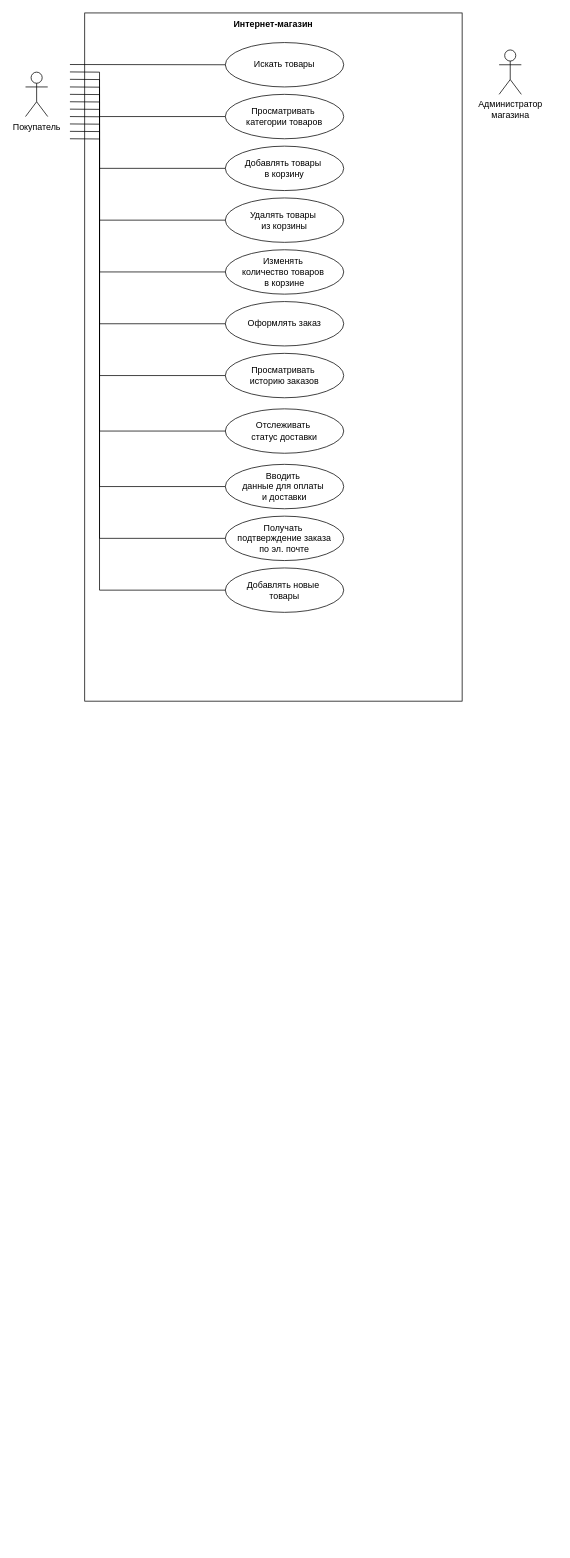
Before: Диаграмма без названия2.drawio in dubnart/netology, a draw.io diagram. Source tidied: cells renumbered, new cells numbered last; positions are measured from the earlier drawing's top-left corner, leaving out a move shared by most shapes. Both pictures are drawn from the tidied source at 74%, with x=0, y=0 at pixel (25, 13).
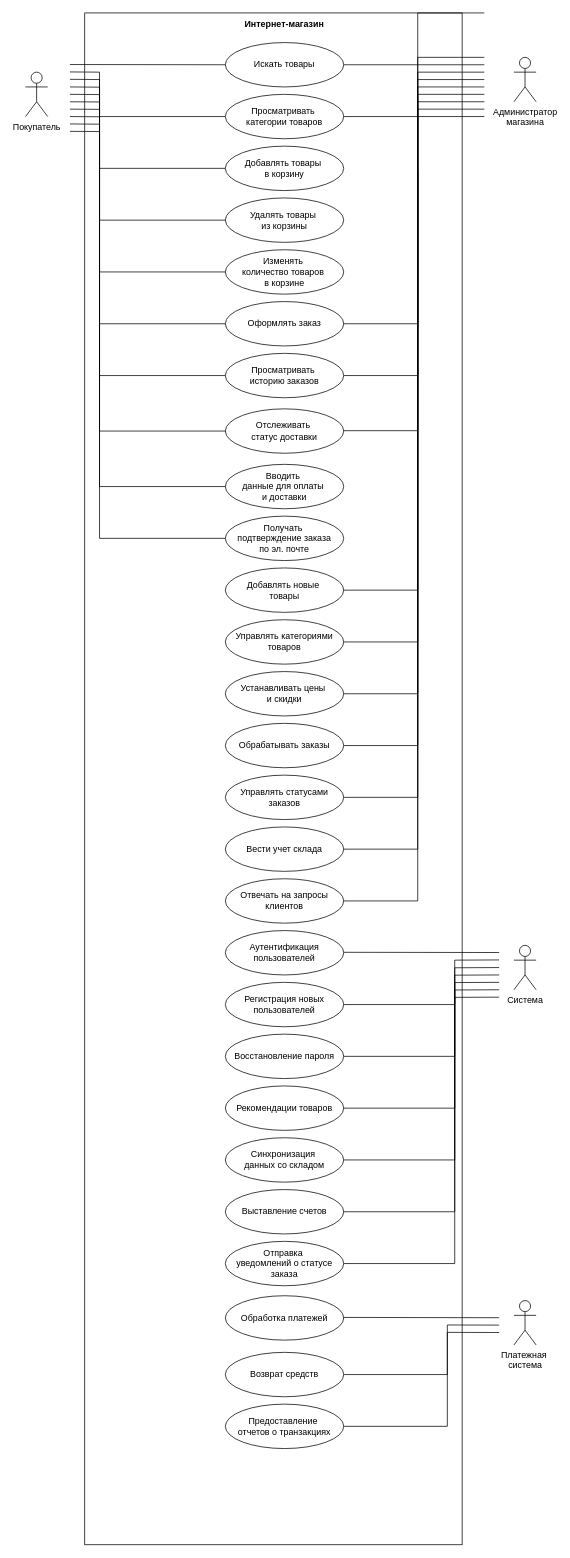
The same page after the edit.

The change refers to these unchanged cells:
```xml
<mxCell id="5" value="Просматривать&amp;nbsp;&lt;div&gt;категории товаров&lt;/div&gt;" style="ellipse;whiteSpace=wrap;html=1;" parent="1" vertex="1">
  <mxGeometry x="270" y="110" width="160" height="60" as="geometry" />
</mxCell>
<mxCell id="15" value="Добавлять новые&amp;nbsp;&lt;div&gt;товары&lt;/div&gt;" style="ellipse;whiteSpace=wrap;html=1;" parent="1" vertex="1">
  <mxGeometry x="270" y="750" width="160" height="60" as="geometry" />
</mxCell>
```

Change to the diagram source:
```diff
@@
     <mxCell id="2" style="rounded=0;whiteSpace=wrap;html=1;" parent="1" vertex="1">
-      <mxGeometry x="80" width="510" height="930" as="geometry" />
+      <mxGeometry x="80" width="510" height="2070" as="geometry" />
     </mxCell>
@@
     <mxCell id="4" value="Интернет-магазин" style="text;html=1;align=center;verticalAlign=middle;whiteSpace=wrap;rounded=0;fontStyle=1;" parent="1" vertex="1">
-      <mxGeometry x="255" width="160" height="30" as="geometry" />
+      <mxGeometry x="270" width="160" height="30" as="geometry" />
     </mxCell>
@@
     <mxCell id="16" value="Администратор&lt;div&gt;магазина&lt;/div&gt;" style="shape=umlActor;verticalLabelPosition=bottom;verticalAlign=top;html=1;" parent="1" vertex="1">
-      <mxGeometry x="640" y="50" width="30" height="60" as="geometry" />
+      <mxGeometry x="660" y="60" width="30" height="60" as="geometry" />
     </mxCell>
@@
-    <mxCell id="27" style="endArrow=none;html=1;rounded=0;entryX=0;entryY=0.5;entryDx=0;entryDy=0;" parent="1" edge="1" target="15">
-      <mxGeometry relative="1" as="geometry">
-        <mxPoint x="60" y="170" as="sourcePoint" />
-        <Array as="points">
-          <mxPoint x="100" y="170.3" />
-          <mxPoint x="100" y="780" />
-        </Array>
-      </mxGeometry>
-    </mxCell>
+    <mxCell id="28" value="Управлять категориями товаров" style="ellipse;whiteSpace=wrap;html=1;" parent="1" vertex="1">
+      <mxGeometry x="270" y="820" width="160" height="60" as="geometry" />
+    </mxCell>
+    <mxCell id="29" value="Устанавливать цены&amp;nbsp;&lt;div&gt;и скидки&lt;/div&gt;" style="ellipse;whiteSpace=wrap;html=1;" parent="1" vertex="1">
+      <mxGeometry x="270" y="890" width="160" height="60" as="geometry" />
+    </mxCell>
+    <mxCell id="30" value="Обрабатывать заказы" style="ellipse;whiteSpace=wrap;html=1;" parent="1" vertex="1">
+      <mxGeometry x="270" y="960" width="160" height="60" as="geometry" />
+    </mxCell>
+    <mxCell id="31" value="Управлять статусами заказов" style="ellipse;whiteSpace=wrap;html=1;" parent="1" vertex="1">
+      <mxGeometry x="270" y="1030" width="160" height="60" as="geometry" />
+    </mxCell>
+    <mxCell id="32" value="Вести учет склада" style="ellipse;whiteSpace=wrap;html=1;" parent="1" vertex="1">
+      <mxGeometry x="270" y="1100" width="160" height="60" as="geometry" />
+    </mxCell>
+    <mxCell id="33" value="Отвечать на запросы клиентов" style="ellipse;whiteSpace=wrap;html=1;" parent="1" vertex="1">
+      <mxGeometry x="270" y="1170" width="160" height="60" as="geometry" />
+    </mxCell>
+    <mxCell id="34" style="endArrow=none;html=1;rounded=0;exitX=1;exitY=0.5;exitDx=0;exitDy=0;" parent="1" edge="1" source="28">
+      <mxGeometry relative="1" as="geometry">
+        <mxPoint x="620" y="70" as="targetPoint" />
+        <Array as="points">
+          <mxPoint x="530" y="850" />
+          <mxPoint x="530" y="70" />
+        </Array>
+      </mxGeometry>
+    </mxCell>
+    <mxCell id="35" style="endArrow=none;html=1;rounded=0;exitX=1;exitY=0.5;exitDx=0;exitDy=0;" parent="1" edge="1" source="29">
+      <mxGeometry relative="1" as="geometry">
+        <mxPoint x="620" y="80" as="targetPoint" />
+        <Array as="points">
+          <mxPoint x="530" y="920" />
+          <mxPoint x="530" y="80" />
+        </Array>
+      </mxGeometry>
+    </mxCell>
+    <mxCell id="36" style="endArrow=none;html=1;rounded=0;exitX=1;exitY=0.5;exitDx=0;exitDy=0;" parent="1" edge="1" source="30">
+      <mxGeometry relative="1" as="geometry">
+        <mxPoint x="620" y="90" as="targetPoint" />
+        <Array as="points">
+          <mxPoint x="530" y="990" />
+          <mxPoint x="530" y="90" />
+        </Array>
+      </mxGeometry>
+    </mxCell>
+    <mxCell id="37" style="endArrow=none;html=1;rounded=0;exitX=1;exitY=0.5;exitDx=0;exitDy=0;" parent="1" edge="1" source="31">
+      <mxGeometry relative="1" as="geometry">
+        <mxPoint x="620" y="100" as="targetPoint" />
+        <Array as="points">
+          <mxPoint x="530" y="1060" />
+          <mxPoint x="530" y="100" />
+        </Array>
+      </mxGeometry>
+    </mxCell>
+    <mxCell id="38" style="endArrow=none;html=1;rounded=0;exitX=1;exitY=0.5;exitDx=0;exitDy=0;" parent="1" edge="1" source="32">
+      <mxGeometry relative="1" as="geometry">
+        <mxPoint x="620" y="110" as="targetPoint" />
+        <Array as="points">
+          <mxPoint x="530" y="1130" />
+          <mxPoint x="530" y="110" />
+        </Array>
+      </mxGeometry>
+    </mxCell>
+    <mxCell id="39" style="endArrow=none;html=1;rounded=0;exitX=1;exitY=0.5;exitDx=0;exitDy=0;" parent="1" edge="1" source="33">
+      <mxGeometry relative="1" as="geometry">
+        <mxPoint x="620" y="120" as="targetPoint" />
+        <Array as="points">
+          <mxPoint x="530" y="1200" />
+          <mxPoint x="530" y="120" />
+        </Array>
+      </mxGeometry>
+    </mxCell>
+    <mxCell id="40" value="Система" style="shape=umlActor;verticalLabelPosition=bottom;verticalAlign=top;html=1;" parent="1" vertex="1">
+      <mxGeometry x="660" y="1260" width="30" height="60" as="geometry" />
+    </mxCell>
+    <mxCell id="41" value="Аутентификация пользователей" style="ellipse;whiteSpace=wrap;html=1;" parent="1" vertex="1">
+      <mxGeometry x="270" y="1240" width="160" height="60" as="geometry" />
+    </mxCell>
+    <mxCell id="42" value="Регистрация новых пользователей" style="ellipse;whiteSpace=wrap;html=1;" parent="1" vertex="1">
+      <mxGeometry x="270" y="1310" width="160" height="60" as="geometry" />
+    </mxCell>
+    <mxCell id="43" value="Восстановление пароля" style="ellipse;whiteSpace=wrap;html=1;" parent="1" vertex="1">
+      <mxGeometry x="270" y="1380" width="160" height="60" as="geometry" />
+    </mxCell>
+    <mxCell id="44" value="Рекомендации товаров" style="ellipse;whiteSpace=wrap;html=1;" parent="1" vertex="1">
+      <mxGeometry x="270" y="1450" width="160" height="60" as="geometry" />
+    </mxCell>
+    <mxCell id="45" value="Синхронизация&amp;nbsp;&lt;div&gt;данных &lt;span style=&quot;background-color: initial;&quot;&gt;со складом&lt;/span&gt;&lt;/div&gt;" style="ellipse;whiteSpace=wrap;html=1;" parent="1" vertex="1">
+      <mxGeometry x="270" y="1520" width="160" height="60" as="geometry" />
+    </mxCell>
+    <mxCell id="46" value="Выставление счетов" style="ellipse;whiteSpace=wrap;html=1;" parent="1" vertex="1">
+      <mxGeometry x="270" y="1590" width="160" height="60" as="geometry" />
+    </mxCell>
+    <mxCell id="47" value="Отправка&amp;nbsp;&lt;div&gt;уведомлений о статусе заказа&lt;/div&gt;" style="ellipse;whiteSpace=wrap;html=1;" parent="1" vertex="1">
+      <mxGeometry x="270" y="1660" width="160" height="60" as="geometry" />
+    </mxCell>
+    <mxCell id="48" style="endArrow=none;html=1;rounded=0;entryX=0;entryY=0.5;entryDx=0;entryDy=0;" parent="1" edge="1">
+      <mxGeometry relative="1" as="geometry">
+        <mxPoint x="430" y="1269.4" as="sourcePoint" />
+        <mxPoint x="640" y="1269.7" as="targetPoint" />
+      </mxGeometry>
+    </mxCell>
+    <mxCell id="49" style="endArrow=none;html=1;rounded=0;entryX=0;entryY=0.5;entryDx=0;entryDy=0;exitX=1;exitY=0.5;exitDx=0;exitDy=0;" parent="1" edge="1" source="42">
+      <mxGeometry relative="1" as="geometry">
+        <mxPoint x="640" y="1279.7" as="targetPoint" />
+        <Array as="points">
+          <mxPoint x="580" y="1340" />
+          <mxPoint x="580" y="1280" />
+        </Array>
+      </mxGeometry>
+    </mxCell>
+    <mxCell id="50" style="endArrow=none;html=1;rounded=0;entryX=0;entryY=0.5;entryDx=0;entryDy=0;exitX=1;exitY=0.5;exitDx=0;exitDy=0;" parent="1" edge="1" source="43">
+      <mxGeometry relative="1" as="geometry">
+        <mxPoint x="640" y="1290" as="targetPoint" />
+        <Array as="points">
+          <mxPoint x="580" y="1410" />
+          <mxPoint x="580" y="1290.3" />
+        </Array>
+      </mxGeometry>
+    </mxCell>
+    <mxCell id="51" style="endArrow=none;html=1;rounded=0;entryX=0;entryY=0.5;entryDx=0;entryDy=0;exitX=1;exitY=0.5;exitDx=0;exitDy=0;" parent="1" edge="1" source="44">
+      <mxGeometry relative="1" as="geometry">
+        <mxPoint x="640" y="1300" as="targetPoint" />
+        <Array as="points">
+          <mxPoint x="580" y="1480" />
+          <mxPoint x="580" y="1300.3" />
+        </Array>
+      </mxGeometry>
+    </mxCell>
+    <mxCell id="52" style="endArrow=none;html=1;rounded=0;entryX=0;entryY=0.5;entryDx=0;entryDy=0;exitX=1;exitY=0.5;exitDx=0;exitDy=0;" parent="1" edge="1" source="45">
+      <mxGeometry relative="1" as="geometry">
+        <mxPoint x="640" y="1310" as="targetPoint" />
+        <Array as="points">
+          <mxPoint x="580" y="1550" />
+          <mxPoint x="580" y="1310.3" />
+        </Array>
+      </mxGeometry>
+    </mxCell>
+    <mxCell id="53" style="endArrow=none;html=1;rounded=0;entryX=0;entryY=0.5;entryDx=0;entryDy=0;exitX=1;exitY=0.5;exitDx=0;exitDy=0;" parent="1" edge="1" source="46">
+      <mxGeometry relative="1" as="geometry">
+        <mxPoint x="640" y="1320" as="targetPoint" />
+        <Array as="points">
+          <mxPoint x="580" y="1620" />
+          <mxPoint x="580" y="1320.3" />
+        </Array>
+      </mxGeometry>
+    </mxCell>
+    <mxCell id="54" style="endArrow=none;html=1;rounded=0;entryX=0;entryY=0.5;entryDx=0;entryDy=0;exitX=1;exitY=0.5;exitDx=0;exitDy=0;" parent="1" edge="1" source="47">
+      <mxGeometry relative="1" as="geometry">
+        <mxPoint x="640" y="1330" as="targetPoint" />
+        <Array as="points">
+          <mxPoint x="580" y="1690" />
+          <mxPoint x="580" y="1330.3" />
+        </Array>
+      </mxGeometry>
+    </mxCell>
+    <mxCell id="55" value="Платежная&amp;nbsp;&lt;div&gt;система&lt;/div&gt;" style="shape=umlActor;verticalLabelPosition=bottom;verticalAlign=top;html=1;" parent="1" vertex="1">
+      <mxGeometry x="660" y="1740" width="30" height="60" as="geometry" />
+    </mxCell>
+    <mxCell id="56" value="Обработка платежей" style="ellipse;whiteSpace=wrap;html=1;" parent="1" vertex="1">
+      <mxGeometry x="270" y="1733.5" width="160" height="60" as="geometry" />
+    </mxCell>
+    <mxCell id="57" value="Возврат средств" style="ellipse;whiteSpace=wrap;html=1;" parent="1" vertex="1">
+      <mxGeometry x="270" y="1810" width="160" height="60" as="geometry" />
+    </mxCell>
+    <mxCell id="58" value="Предоставление&amp;nbsp;&lt;div&gt;отчетов о транзакциях&lt;/div&gt;" style="ellipse;whiteSpace=wrap;html=1;" parent="1" vertex="1">
+      <mxGeometry x="270" y="1880" width="160" height="60" as="geometry" />
+    </mxCell>
+    <mxCell id="59" style="endArrow=none;html=1;rounded=0;entryX=0;entryY=0.5;entryDx=0;entryDy=0;" parent="1" edge="1">
+      <mxGeometry relative="1" as="geometry">
+        <mxPoint x="430" y="1762.8" as="sourcePoint" />
+        <mxPoint x="640" y="1763.2" as="targetPoint" />
+      </mxGeometry>
+    </mxCell>
+    <mxCell id="60" style="endArrow=none;html=1;rounded=0;entryX=0;entryY=0.5;entryDx=0;entryDy=0;exitX=1;exitY=0.5;exitDx=0;exitDy=0;" parent="1" edge="1" source="57">
+      <mxGeometry relative="1" as="geometry">
+        <mxPoint x="640" y="1773.2" as="targetPoint" />
+        <Array as="points">
+          <mxPoint x="570" y="1840" />
+          <mxPoint x="570" y="1773" />
+        </Array>
+      </mxGeometry>
+    </mxCell>
+    <mxCell id="61" style="endArrow=none;html=1;rounded=0;entryX=0;entryY=0.5;entryDx=0;entryDy=0;exitX=1;exitY=0.5;exitDx=0;exitDy=0;" parent="1" edge="1" source="58">
+      <mxGeometry relative="1" as="geometry">
+        <mxPoint x="640" y="1783.2" as="targetPoint" />
+        <Array as="points">
+          <mxPoint x="570" y="1910" />
+          <mxPoint x="570" y="1783" />
+        </Array>
+      </mxGeometry>
+    </mxCell>
+    <mxCell id="62" style="endArrow=none;html=1;rounded=0;exitX=1;exitY=0.5;exitDx=0;exitDy=0;" parent="1" edge="1" source="5">
+      <mxGeometry relative="1" as="geometry">
+        <mxPoint x="620" y="130" as="targetPoint" />
+        <Array as="points">
+          <mxPoint x="530" y="140" />
+          <mxPoint x="530" y="130" />
+        </Array>
+      </mxGeometry>
+    </mxCell>
+    <mxCell id="63" style="endArrow=none;html=1;rounded=0;exitX=1;exitY=0.5;exitDx=0;exitDy=0;" parent="1" edge="1">
+      <mxGeometry relative="1" as="geometry">
+        <mxPoint x="430" y="70" as="sourcePoint" />
+        <mxPoint x="620" y="60" as="targetPoint" />
+        <Array as="points">
+          <mxPoint x="530" y="70" />
+          <mxPoint x="530" y="60" />
+        </Array>
+      </mxGeometry>
+    </mxCell>
+    <mxCell id="64" style="endArrow=none;html=1;rounded=0;exitX=1;exitY=0.5;exitDx=0;exitDy=0;" parent="1" edge="1">
+      <mxGeometry relative="1" as="geometry">
+        <mxPoint x="430" y="420" as="sourcePoint" />
+        <mxPoint x="620" y="140" as="targetPoint" />
+        <Array as="points">
+          <mxPoint x="530" y="420" />
+          <mxPoint x="530" y="410" />
+          <mxPoint x="530" y="140" />
+        </Array>
+      </mxGeometry>
+    </mxCell>
+    <mxCell id="65" style="endArrow=none;html=1;rounded=0;exitX=1;exitY=0.5;exitDx=0;exitDy=0;" parent="1" edge="1">
+      <mxGeometry relative="1" as="geometry">
+        <mxPoint x="430" y="490" as="sourcePoint" />
+        <mxPoint x="530" y="140" as="targetPoint" />
+        <Array as="points">
+          <mxPoint x="530" y="490" />
+          <mxPoint x="530" y="480" />
+          <mxPoint x="530" y="210" />
+        </Array>
+      </mxGeometry>
+    </mxCell>
+    <mxCell id="66" style="endArrow=none;html=1;rounded=0;exitX=1;exitY=0.5;exitDx=0;exitDy=0;" parent="1" edge="1">
+      <mxGeometry relative="1" as="geometry">
+        <mxPoint x="430" y="564.5" as="sourcePoint" />
+        <mxPoint x="530" y="214.5" as="targetPoint" />
+        <Array as="points">
+          <mxPoint x="530" y="564.5" />
+          <mxPoint x="530" y="554.5" />
+          <mxPoint x="530" y="284.5" />
+        </Array>
+      </mxGeometry>
+    </mxCell>
+    <mxCell id="67" style="endArrow=none;html=1;rounded=0;exitX=1;exitY=0.5;exitDx=0;exitDy=0;" parent="1" edge="1">
+      <mxGeometry relative="1" as="geometry">
+        <mxPoint x="430" y="780" as="sourcePoint" />
+        <mxPoint x="620" as="targetPoint" />
+        <Array as="points">
+          <mxPoint x="530" y="780" />
+          <mxPoint x="530" />
+        </Array>
+      </mxGeometry>
+    </mxCell>
```
